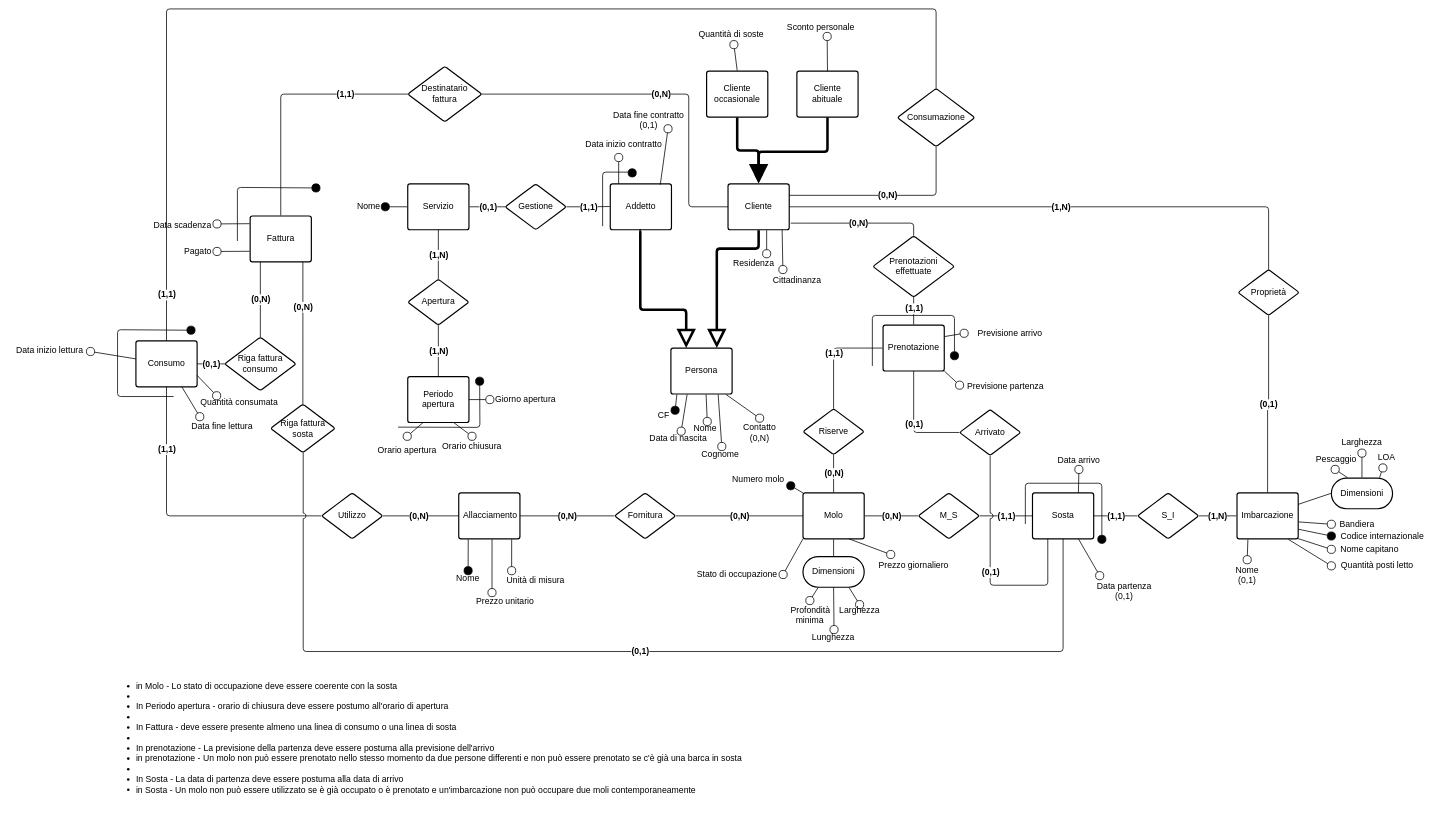
Before: page "Concettuale" (1 of 3) of src_relazione_tex/Er.drawio in alessandro-massarenti/Progetto-basi-di-dati-2022, a draw.io diagram. Source tidied: cells renumbered, new cells numbered last; positions are measured from the earlier drawing's top-left corner, leaving out a move shared by most shapes. Both pictures are drawn from the tidied source at 51%, with x=0, y=0 at pixel (9, 9).
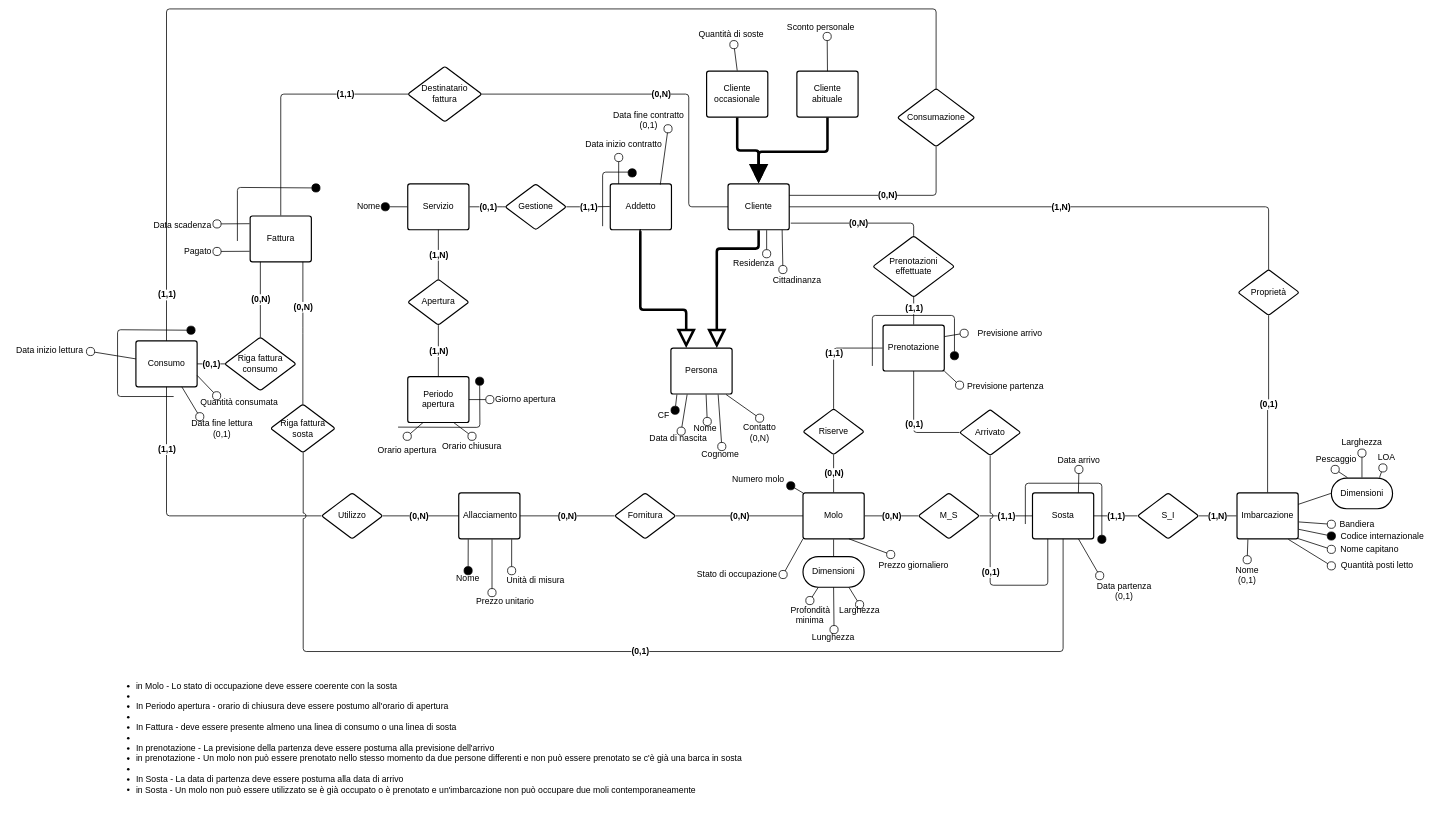
The same diagram, later.

Commit message (it also covers changes not shown here):
Aggiunta cardinalità 0,1 su fine lettura

The edit, as a diff of the source:
```diff
@@
-    <mxCell id="22" value="Data fine lettura" style="html=1;overflow=block;blockSpacing=1;whiteSpace=wrap;fontSize=17;fontColor=#000000;spacing=0;fillColor=none;strokeWidth=1.5;strokeColor=none;" parent="1" vertex="1">
+    <mxCell id="22" value="Data fine lettura&lt;br&gt;(0,1)" style="html=1;overflow=block;blockSpacing=1;whiteSpace=wrap;fontSize=17;fontColor=#000000;spacing=0;fillColor=none;strokeWidth=1.5;strokeColor=none;" parent="1" vertex="1">
       <mxGeometry x="353" y="802.5" width="130" height="32" as="geometry" />
     </mxCell>
```
